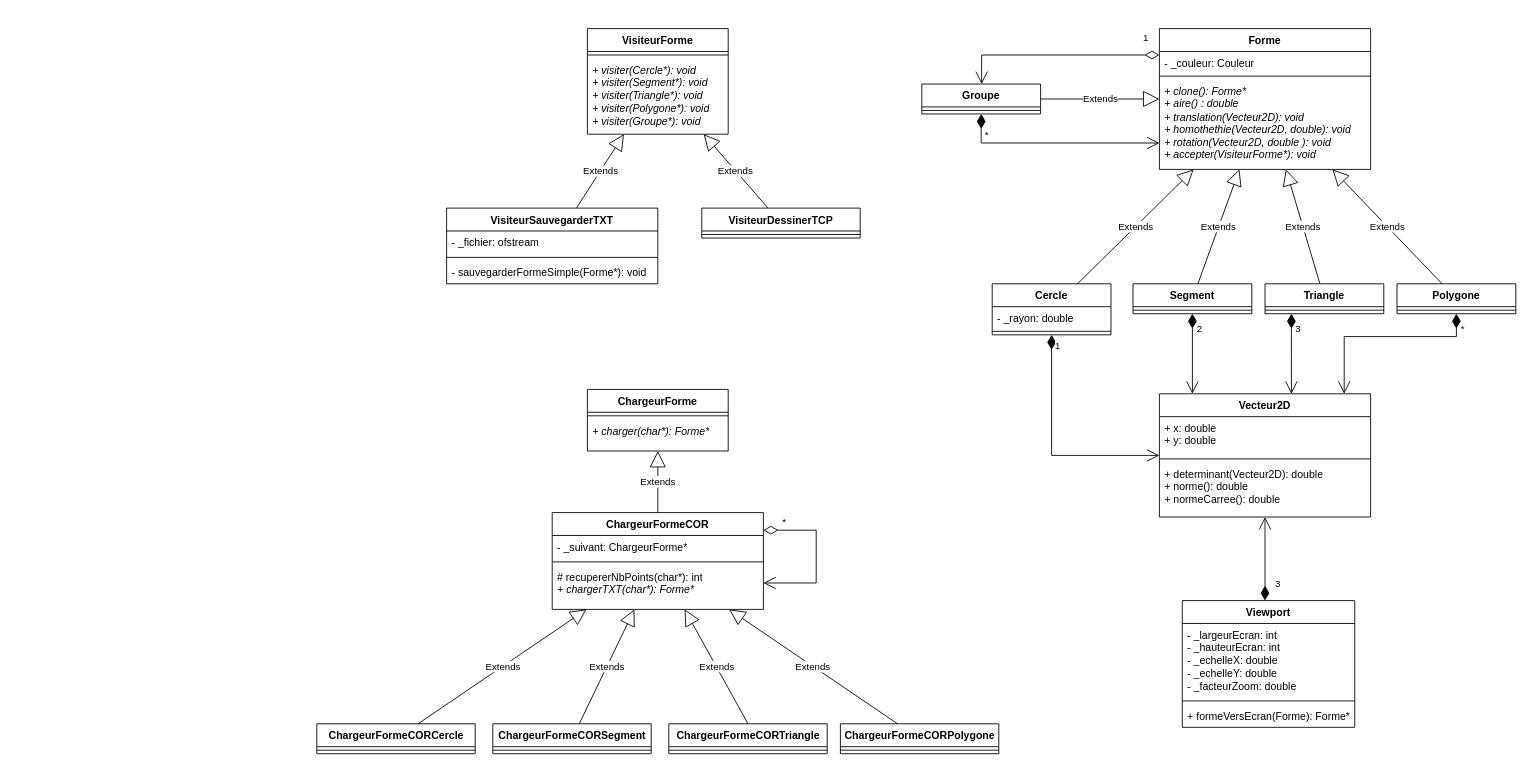
This is UML.drawio from SIIR3X/l3-projet-synthese, a draw.io file, before an edit. Source tidied: cells renumbered, new cells numbered last; positions are measured from the earlier drawing's top-left corner, leaving out a move shared by most shapes. Both pictures are drawn from the tidied source at 88%, with x=0, y=0 at pixel (316, 28).
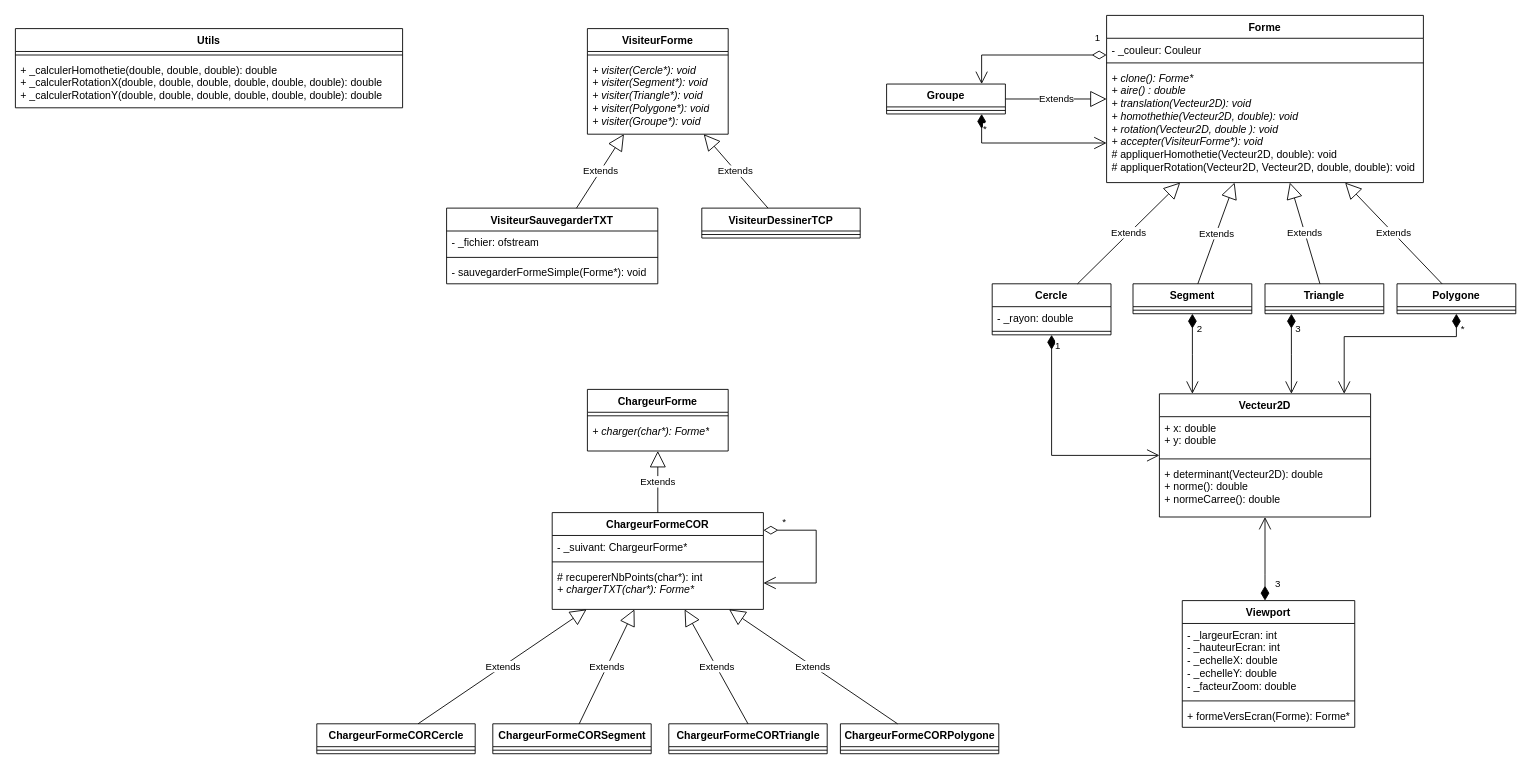
Above is the later version.

Commit message (it also covers changes not shown here):
fix: modification du Makefile et de l'UML

The edit, as a diff of the source:
```diff
@@
     <mxCell id="2" value="Forme" style="swimlane;fontStyle=1;align=center;verticalAlign=top;horizontal=1;startSize=26;whiteSpace=wrap;html=1;" parent="1" vertex="1">
-      <mxGeometry x="958" width="240" height="160" as="geometry" />
+      <mxGeometry x="898" y="-15" width="360" height="190" as="geometry" />
     </mxCell>
     <mxCell id="3" value="&lt;div&gt;- _couleur: Couleur&lt;/div&gt;" style="text;strokeColor=none;fillColor=none;align=left;verticalAlign=top;spacingLeft=4;spacingRight=4;overflow=hidden;whiteSpace=wrap;html=1;" parent="2" vertex="1">
-      <mxGeometry y="26" width="240" height="24" as="geometry" />
+      <mxGeometry y="26" width="360" height="24" as="geometry" />
     </mxCell>
     <mxCell id="4" style="line;strokeWidth=1;fillColor=none;align=left;verticalAlign=middle;spacingTop=-1;spacingLeft=3;spacingRight=3;labelPosition=right;strokeColor=inherit;" parent="2" vertex="1">
-      <mxGeometry y="50" width="240" height="8" as="geometry" />
+      <mxGeometry y="50" width="360" height="8" as="geometry" />
     </mxCell>
-    <mxCell id="5" value="&lt;i&gt;+ clone(): Forme*&lt;/i&gt;&lt;div&gt;&lt;i&gt;+ aire() : double&lt;/i&gt;&lt;/div&gt;&lt;div&gt;&lt;i&gt;+ translation(Vecteur2D): void&lt;/i&gt;&lt;/div&gt;&lt;div&gt;&lt;i&gt;+ homothethie(Vecteur2D, double): void&lt;/i&gt;&lt;/div&gt;&lt;div&gt;&lt;i&gt;+ rotation(Vecteur2D, double ): void&lt;/i&gt;&lt;/div&gt;&lt;div&gt;&lt;i&gt;+ accepter(VisiteurForme*): void&lt;/i&gt;&lt;/div&gt;" style="text;strokeColor=none;fillColor=none;align=left;verticalAlign=top;spacingLeft=4;spacingRight=4;overflow=hidden;whiteSpace=wrap;html=1;" parent="2" vertex="1">
-      <mxGeometry y="58" width="240" height="102" as="geometry" />
+    <mxCell id="5" value="&lt;i&gt;+ clone(): Forme*&lt;/i&gt;&lt;div&gt;&lt;i&gt;+ aire() : double&lt;/i&gt;&lt;/div&gt;&lt;div&gt;&lt;i&gt;+ translation(Vecteur2D): void&lt;/i&gt;&lt;/div&gt;&lt;div&gt;&lt;i&gt;+ homothethie(Vecteur2D, double): void&lt;/i&gt;&lt;/div&gt;&lt;div&gt;&lt;i&gt;+ rotation(Vecteur2D, double ): void&lt;/i&gt;&lt;/div&gt;&lt;div&gt;&lt;i&gt;+ accepter(VisiteurForme*): void&lt;/i&gt;&lt;/div&gt;&lt;div&gt;# appliquerHomothetie(Vecteur2D, double): void&lt;/div&gt;&lt;div&gt;# appliquerRotation(Vecteur2D, Vecteur2D, double, double): void&lt;/div&gt;" style="text;strokeColor=none;fillColor=none;align=left;verticalAlign=top;spacingLeft=4;spacingRight=4;overflow=hidden;whiteSpace=wrap;html=1;" parent="2" vertex="1">
+      <mxGeometry y="58" width="360" height="132" as="geometry" />
     </mxCell>
@@
     <mxCell id="19" value="Groupe" style="swimlane;fontStyle=1;align=center;verticalAlign=top;horizontal=1;startSize=26;whiteSpace=wrap;html=1;" parent="1" vertex="1">
-      <mxGeometry x="688" y="63" width="135" height="34" as="geometry" />
+      <mxGeometry x="648" y="63" width="135" height="34" as="geometry" />
     </mxCell>
@@
+    <mxCell id="69" value="Utils" style="swimlane;fontStyle=1;align=center;verticalAlign=top;horizontal=1;startSize=26;whiteSpace=wrap;html=1;" parent="1" vertex="1">
+      <mxGeometry x="-342" width="440" height="90" as="geometry" />
+    </mxCell>
+    <mxCell id="70" style="line;strokeWidth=1;fillColor=none;align=left;verticalAlign=middle;spacingTop=-1;spacingLeft=3;spacingRight=3;labelPosition=right;strokeColor=inherit;" parent="69" vertex="1">
+      <mxGeometry y="26" width="440" height="8" as="geometry" />
+    </mxCell>
+    <mxCell id="71" value="+ _calculerHomothetie(double, double, double): double&lt;div&gt;+ _calculerRotationX(double, double, double, double, double, double): double&lt;/div&gt;&lt;div&gt;&lt;div&gt;+ _calculerRotationY(double, double, double, double, double, double): double&lt;/div&gt;&lt;div&gt;&lt;br&gt;&lt;/div&gt;&lt;/div&gt;" style="text;strokeColor=none;fillColor=none;align=left;verticalAlign=top;spacingLeft=4;spacingRight=4;overflow=hidden;whiteSpace=wrap;html=1;" parent="69" vertex="1">
+      <mxGeometry y="34" width="440" height="56" as="geometry" />
+    </mxCell>
```
